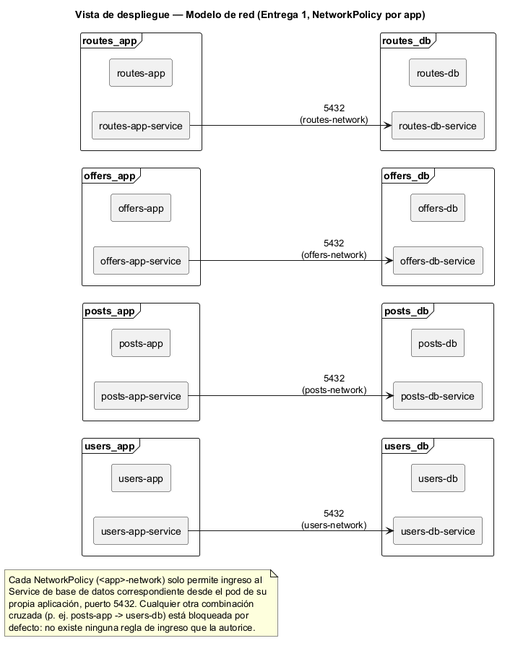
The PlantUML diagram docs/diagrams/networks.png in mt-marceloctorres-net/202614-grupo24-proyecto, before a commit.
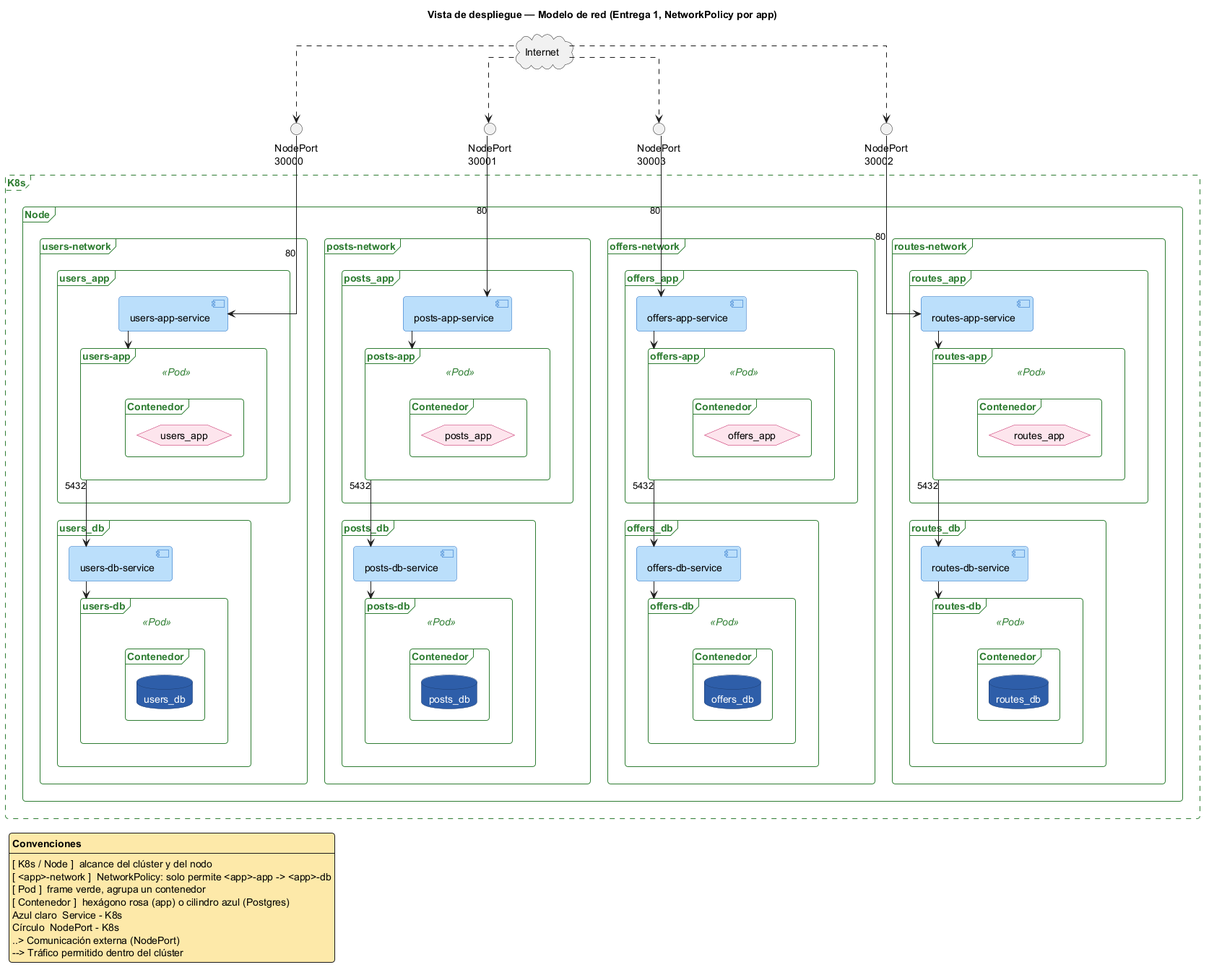
Above is the later version.

Diff of the diagram source:
```diff
@@ -1,55 +1,160 @@
 @startuml networks
 
 title Vista de despliegue — Modelo de red (Entrega 1, NetworkPolicy por app)
-left to right direction
-skinparam componentStyle rectangle
+skinparam shadowing false
+skinparam backgroundColor white
+skinparam roundCorner 8
+skinparam linetype ortho
+skinparam nodesep 70
+skinparam ranksep 35
+skinparam ArrowColor #1B1B1B
+skinparam component {
+  BackgroundColor #BBDEFB
+  BorderColor #1565C0
+}
+skinparam hexagon {
+  BackgroundColor #FCE4EC
+  BorderColor #C2185B
+}
+skinparam database {
+  BackgroundColor #2F5FA8
+  FontColor white
+  BorderColor #1B3B6F
+}
+skinparam frame {
+  BackgroundColor #FFFFFF
+  BorderColor #2E7D32
+  FontColor #2E7D32
+}
+skinparam legend {
+  BackgroundColor #FCE8A8
+  BorderColor #1B1B1B
+}
 
-frame "users_app" as users_app_zone {
-  component "users-app" as users_app_pod
-  component "users-app-service" as users_app_svc
+cloud "Internet" as client
+
+frame "K8s" as k8s_frame #line.dashed {
+ frame "Node" {
+
+  frame "users-network" {
+    frame "users_app" as users_app_zone {
+      component "users-app-service" as users_app_svc
+      frame "users-app" as users_app_pod <<Pod>> {
+        frame "Contenedor" as users_app_ctr_f {
+          hexagon "users_app" as users_app_ctr
+        }
+      }
+    }
+    frame "users_db" as users_db_zone {
+      component "users-db-service" as users_db_svc
+      frame "users-db" as users_db_pod <<Pod>> {
+        frame "Contenedor" as users_db_ctr_f {
+          database "users_db" as users_db_ctr
+        }
+      }
+    }
+  }
+
+  frame "posts-network" {
+    frame "posts_app" as posts_app_zone {
+      component "posts-app-service" as posts_app_svc
+      frame "posts-app" as posts_app_pod <<Pod>> {
+        frame "Contenedor" as posts_app_ctr_f {
+          hexagon "posts_app" as posts_app_ctr
+        }
+      }
+    }
+    frame "posts_db" as posts_db_zone {
+      component "posts-db-service" as posts_db_svc
+      frame "posts-db" as posts_db_pod <<Pod>> {
+        frame "Contenedor" as posts_db_ctr_f {
+          database "posts_db" as posts_db_ctr
+        }
+      }
+    }
+  }
+
+  frame "offers-network" {
+    frame "offers_app" as offers_app_zone {
+      component "offers-app-service" as offers_app_svc
+      frame "offers-app" as offers_app_pod <<Pod>> {
+        frame "Contenedor" as offers_app_ctr_f {
+          hexagon "offers_app" as offers_app_ctr
+        }
+      }
+    }
+    frame "offers_db" as offers_db_zone {
+      component "offers-db-service" as offers_db_svc
+      frame "offers-db" as offers_db_pod <<Pod>> {
+        frame "Contenedor" as offers_db_ctr_f {
+          database "offers_db" as offers_db_ctr
+        }
+      }
+    }
+  }
+
+  frame "routes-network" {
+    frame "routes_app" as routes_app_zone {
+      component "routes-app-service" as routes_app_svc
+      frame "routes-app" as routes_app_pod <<Pod>> {
+        frame "Contenedor" as routes_app_ctr_f {
+          hexagon "routes_app" as routes_app_ctr
+        }
+      }
+    }
+    frame "routes_db" as routes_db_zone {
+      component "routes-db-service" as routes_db_svc
+      frame "routes-db" as routes_db_pod <<Pod>> {
+        frame "Contenedor" as routes_db_ctr_f {
+          database "routes_db" as routes_db_ctr
+        }
+      }
+    }
+  }
+ }
 }
-frame "users_db" as users_db_zone {
-  component "users-db" as users_db_pod
-  component "users-db-service" as users_db_svc
-}
-users_app_svc -down-> users_db_svc : "5432\n(users-network)"
 
-frame "posts_app" as posts_app_zone {
-  component "posts-app" as posts_app_pod
-  component "posts-app-service" as posts_app_svc
-}
-frame "posts_db" as posts_db_zone {
-  component "posts-db" as posts_db_pod
-  component "posts-db-service" as posts_db_svc
-}
-posts_app_svc -down-> posts_db_svc : "5432\n(posts-network)"
+circle "NodePort\n30000" as np_users
+circle "NodePort\n30001" as np_posts
+circle "NodePort\n30003" as np_offers
+circle "NodePort\n30002" as np_routes
 
-frame "offers_app" as offers_app_zone {
-  component "offers-app" as offers_app_pod
-  component "offers-app-service" as offers_app_svc
-}
-frame "offers_db" as offers_db_zone {
-  component "offers-db" as offers_db_pod
-  component "offers-db-service" as offers_db_svc
-}
-offers_app_svc -down-> offers_db_svc : "5432\n(offers-network)"
+client ..> np_users
+client ..> np_posts
+client ..> np_offers
+client ..> np_routes
 
-frame "routes_app" as routes_app_zone {
-  component "routes-app" as routes_app_pod
-  component "routes-app-service" as routes_app_svc
-}
-frame "routes_db" as routes_db_zone {
-  component "routes-db" as routes_db_pod
-  component "routes-db-service" as routes_db_svc
-}
-routes_app_svc -down-> routes_db_svc : "5432\n(routes-network)"
+np_users  -down-> users_app_svc  : "80"
+np_posts  -down-> posts_app_svc  : "80"
+np_offers -down-> offers_app_svc : "80"
+np_routes -down-> routes_app_svc : "80"
 
-note as legend
-  Cada NetworkPolicy (<app>-network) solo permite ingreso al
-  Service de base de datos correspondiente desde el pod de su
-  propia aplicación, puerto 5432. Cualquier otra combinación
-  cruzada (p. ej. posts-app -> users-db) está bloqueada por
-  defecto: no existe ninguna regla de ingreso que la autorice.
-end note
+users_app_svc  -down-> users_app_pod
+posts_app_svc  -down-> posts_app_pod
+offers_app_svc -down-> offers_app_pod
+routes_app_svc -down-> routes_app_pod
+
+users_app_pod  -down-> users_db_svc  : "5432"
+posts_app_pod  -down-> posts_db_svc  : "5432"
+offers_app_pod -down-> offers_db_svc : "5432"
+routes_app_pod -down-> routes_db_svc : "5432"
+
+users_db_svc  -down-> users_db_pod
+posts_db_svc  -down-> posts_db_pod
+offers_db_svc -down-> offers_db_pod
+routes_db_svc -down-> routes_db_pod
+
+legend left
+  <b>Convenciones
+  ----
+  [ K8s / Node ]  alcance del clúster y del nodo
+  [ <app>-network ]  NetworkPolicy: solo permite <app>-app -> <app>-db
+  [ Pod ]  frame verde, agrupa un contenedor
+  [ Contenedor ]  hexágono rosa (app) o cilindro azul (Postgres)
+  Azul claro  Service - K8s
+  Círculo  NodePort - K8s
+  ..> Comunicación externa (NodePort)
+  --> Tráfico permitido dentro del clúster
+endlegend
 
 @enduml
```
